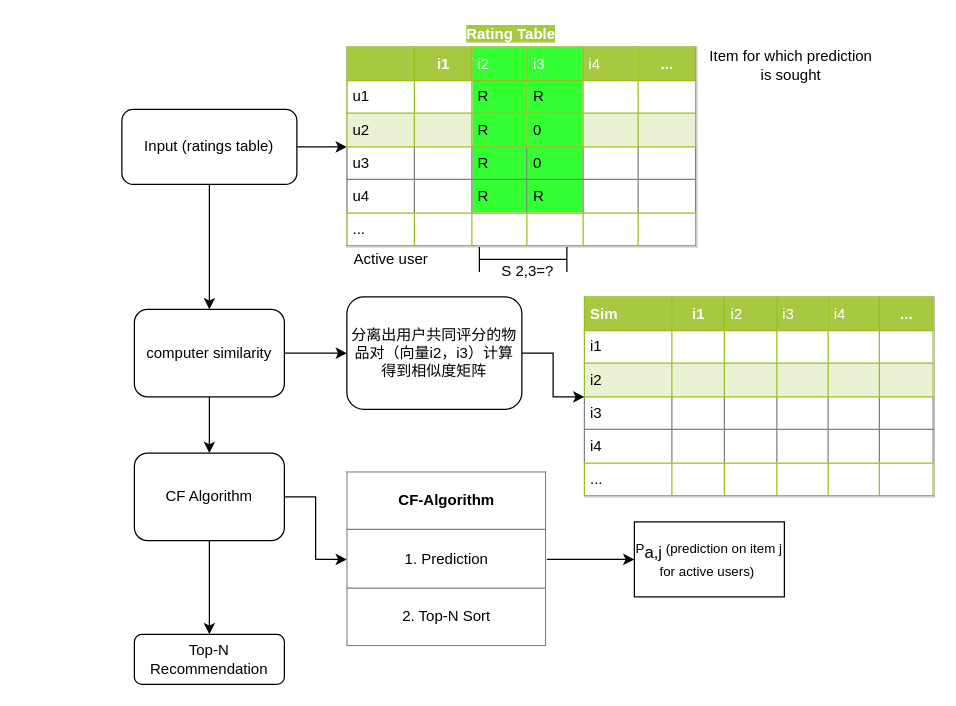
iamlivehaha/Artificial-Life keeps this draw.io diagram as page "Page-1" (1 of 2) of Item-based CF algorithm.drawio. Above is the earlier version. Source tidied: cells renumbered, new cells numbered last; positions are measured from the earlier drawing's top-left corner, leaving out a move shared by most shapes. Both pictures are drawn from the tidied source at 125%, with x=0, y=0 at pixel (121, 21).
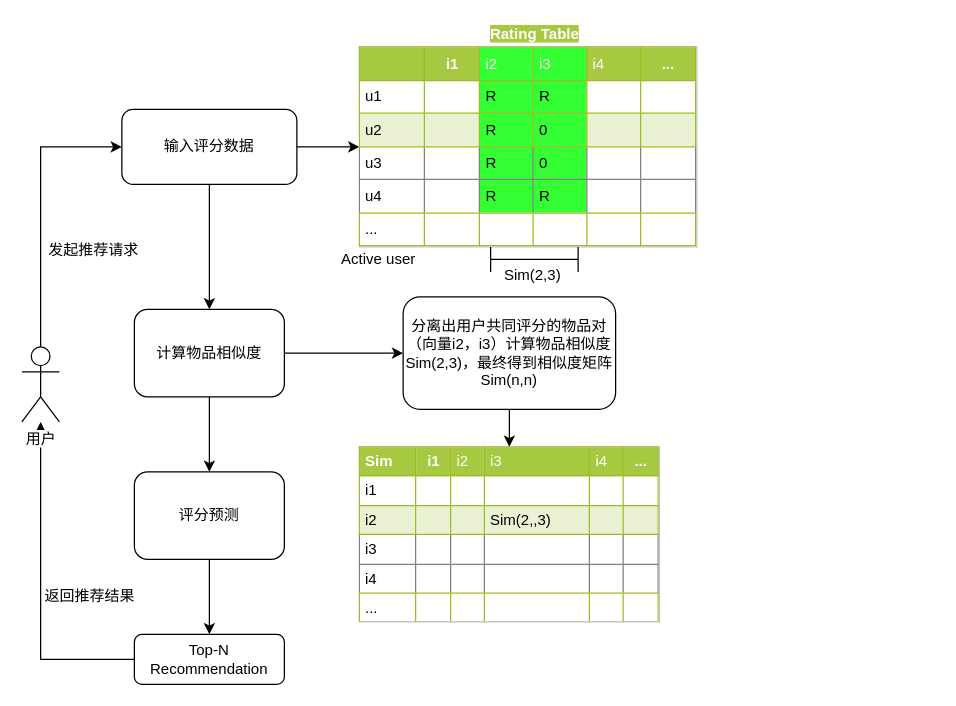
Above is the later version.

Unchanged cells that the change refers to:
```xml
<mxCell id="5" value="Top-N Recommendation" style="rounded=1;whiteSpace=wrap;html=1;fontSize=12;glass=0;strokeWidth=1;shadow=0;" parent="1" vertex="1">
  <mxGeometry x="10" y="490" width="120" height="40" as="geometry" />
</mxCell>
```

Change to the diagram source:
```diff
@@
-    <mxCell id="4" value="Input (ratings table)" style="rounded=1;whiteSpace=wrap;html=1;fontSize=12;glass=0;strokeWidth=1;shadow=0;" parent="1" vertex="1">
+    <mxCell id="4" value="输入评分数据" style="rounded=1;whiteSpace=wrap;html=1;fontSize=12;glass=0;strokeWidth=1;shadow=0;" parent="1" vertex="1">
       <mxGeometry y="70" width="140" height="60" as="geometry" />
     </mxCell>
+    <mxCell id="24" style="edgeStyle=orthogonalEdgeStyle;rounded=0;jettySize=auto;html=1;" parent="1" edge="1" source="5" target="26">
+      <mxGeometry relative="1" as="geometry" />
+    </mxCell>
@@
-    <mxCell id="6" value="&lt;table border=&quot;1&quot; width=&quot;100%&quot; cellpadding=&quot;4&quot; style=&quot;width: 100% ; height: 100% ; border-collapse: collapse&quot;&gt;&lt;tbody&gt;&lt;tr style=&quot;background-color: #a7c942 ; color: #ffffff ; border: 1px solid #98bf21&quot;&gt;&lt;th align=&quot;left&quot;&gt;Sim&lt;/th&gt;&lt;th style=&quot;text-align: center&quot;&gt;i1&lt;/th&gt;&lt;td&gt;i2&lt;/td&gt;&lt;td&gt;i3&lt;/td&gt;&lt;td&gt;i4&lt;/td&gt;&lt;th style=&quot;text-align: center&quot;&gt;...&lt;/th&gt;&lt;/tr&gt;&lt;tr style=&quot;border: 1px solid #98bf21&quot;&gt;&lt;td&gt;i1&lt;/td&gt;&lt;td&gt;&lt;/td&gt;&lt;td&gt;&lt;br&gt;&lt;/td&gt;&lt;td&gt;&lt;br&gt;&lt;/td&gt;&lt;td&gt;&lt;/td&gt;&lt;td&gt;&lt;/td&gt;&lt;/tr&gt;&lt;tr style=&quot;background-color: #eaf2d3 ; border: 1px solid #98bf21&quot;&gt;&lt;td&gt;i2&lt;/td&gt;&lt;td&gt;&lt;br&gt;&lt;/td&gt;&lt;td&gt;&lt;br&gt;&lt;/td&gt;&lt;td&gt;&lt;br&gt;&lt;/td&gt;&lt;td&gt;&lt;br&gt;&lt;/td&gt;&lt;td&gt;&lt;/td&gt;&lt;/tr&gt;&lt;tr&gt;&lt;td&gt;i3&lt;/td&gt;&lt;td&gt;&lt;br&gt;&lt;/td&gt;&lt;td&gt;&lt;br&gt;&lt;/td&gt;&lt;td&gt;&lt;br&gt;&lt;/td&gt;&lt;td&gt;&lt;br&gt;&lt;/td&gt;&lt;td&gt;&lt;br&gt;&lt;/td&gt;&lt;/tr&gt;&lt;tr&gt;&lt;td&gt;i4&lt;/td&gt;&lt;td&gt;&lt;br&gt;&lt;/td&gt;&lt;td&gt;&lt;br&gt;&lt;/td&gt;&lt;td&gt;&lt;br&gt;&lt;/td&gt;&lt;td&gt;&lt;br&gt;&lt;/td&gt;&lt;td&gt;&lt;br&gt;&lt;/td&gt;&lt;/tr&gt;&lt;tr style=&quot;border: 1px solid #98bf21&quot;&gt;&lt;td&gt;...&lt;/td&gt;&lt;td&gt;&lt;br&gt;&lt;/td&gt;&lt;td&gt;&lt;br&gt;&lt;/td&gt;&lt;td&gt;&lt;br&gt;&lt;/td&gt;&lt;td&gt;&lt;br&gt;&lt;/td&gt;&lt;td&gt;&lt;/td&gt;&lt;/tr&gt;&lt;/tbody&gt;&lt;/table&gt;" style="text;html=1;strokeColor=#c0c0c0;fillColor=#ffffff;overflow=fill;rounded=0;" parent="1" vertex="1">
-      <mxGeometry x="370" y="220" width="280" height="160" as="geometry" />
+    <mxCell id="6" value="&lt;table border=&quot;1&quot; width=&quot;100%&quot; cellpadding=&quot;4&quot; style=&quot;width: 100% ; height: 100% ; border-collapse: collapse&quot;&gt;&lt;tbody&gt;&lt;tr style=&quot;background-color: #a7c942 ; color: #ffffff ; border: 1px solid #98bf21&quot;&gt;&lt;th align=&quot;left&quot;&gt;Sim&lt;/th&gt;&lt;th style=&quot;text-align: center&quot;&gt;i1&lt;/th&gt;&lt;td&gt;i2&lt;/td&gt;&lt;td&gt;i3&lt;/td&gt;&lt;td&gt;i4&lt;/td&gt;&lt;th style=&quot;text-align: center&quot;&gt;...&lt;/th&gt;&lt;/tr&gt;&lt;tr style=&quot;border: 1px solid #98bf21&quot;&gt;&lt;td&gt;i1&lt;/td&gt;&lt;td&gt;&lt;/td&gt;&lt;td&gt;&lt;br&gt;&lt;/td&gt;&lt;td&gt;&lt;br&gt;&lt;/td&gt;&lt;td&gt;&lt;/td&gt;&lt;td&gt;&lt;/td&gt;&lt;/tr&gt;&lt;tr style=&quot;background-color: #eaf2d3 ; border: 1px solid #98bf21&quot;&gt;&lt;td&gt;i2&lt;/td&gt;&lt;td&gt;&lt;br&gt;&lt;/td&gt;&lt;td&gt;&lt;br&gt;&lt;/td&gt;&lt;td&gt;Sim(2,,3)&lt;/td&gt;&lt;td&gt;&lt;br&gt;&lt;/td&gt;&lt;td&gt;&lt;/td&gt;&lt;/tr&gt;&lt;tr&gt;&lt;td&gt;i3&lt;/td&gt;&lt;td&gt;&lt;br&gt;&lt;/td&gt;&lt;td&gt;&lt;br&gt;&lt;/td&gt;&lt;td&gt;&lt;br&gt;&lt;/td&gt;&lt;td&gt;&lt;br&gt;&lt;/td&gt;&lt;td&gt;&lt;br&gt;&lt;/td&gt;&lt;/tr&gt;&lt;tr&gt;&lt;td&gt;i4&lt;/td&gt;&lt;td&gt;&lt;br&gt;&lt;/td&gt;&lt;td&gt;&lt;br&gt;&lt;/td&gt;&lt;td&gt;&lt;br&gt;&lt;/td&gt;&lt;td&gt;&lt;br&gt;&lt;/td&gt;&lt;td&gt;&lt;br&gt;&lt;/td&gt;&lt;/tr&gt;&lt;tr style=&quot;border: 1px solid #98bf21&quot;&gt;&lt;td&gt;...&lt;/td&gt;&lt;td&gt;&lt;br&gt;&lt;/td&gt;&lt;td&gt;&lt;br&gt;&lt;/td&gt;&lt;td&gt;&lt;br&gt;&lt;/td&gt;&lt;td&gt;&lt;br&gt;&lt;/td&gt;&lt;td&gt;&lt;/td&gt;&lt;/tr&gt;&lt;/tbody&gt;&lt;/table&gt;" style="text;html=1;strokeColor=#c0c0c0;fillColor=#ffffff;overflow=fill;rounded=0;" parent="1" vertex="1">
+      <mxGeometry x="190" y="340" width="240" height="140" as="geometry" />
     </mxCell>
     <mxCell id="7" value="&lt;span style=&quot;color: rgb(255 , 255 , 255) ; font-weight: 700 ; text-align: -webkit-left ; background-color: rgb(167 , 201 , 66)&quot;&gt;Rating Table&lt;/span&gt;" style="text;html=1;align=center;verticalAlign=middle;" parent="1" vertex="1">
-      <mxGeometry x="266" width="90" height="20" as="geometry" />
+      <mxGeometry x="285" width="90" height="20" as="geometry" />
     </mxCell>
-    <mxCell id="8" style="edgeStyle=orthogonalEdgeStyle;rounded=0;jettySize=auto;html=1;" parent="1" edge="1" source="10" target="12">
-      <mxGeometry relative="1" as="geometry" />
-    </mxCell>
@@
-    <mxCell id="10" value="CF Algorithm" style="rounded=1;whiteSpace=wrap;html=1;fontSize=12;glass=0;strokeWidth=1;shadow=0;" parent="1" vertex="1">
-      <mxGeometry x="10" y="345" width="120" height="70" as="geometry" />
+    <mxCell id="10" value="&lt;span&gt;评分预测&lt;/span&gt;" style="rounded=1;whiteSpace=wrap;html=1;fontSize=12;glass=0;strokeWidth=1;shadow=0;" parent="1" vertex="1">
+      <mxGeometry x="10" y="360" width="120" height="70" as="geometry" />
     </mxCell>
-    <mxCell id="11" style="edgeStyle=orthogonalEdgeStyle;rounded=0;jettySize=auto;html=1;" parent="1" edge="1" source="12" target="23">
-      <mxGeometry relative="1" as="geometry" />
-    </mxCell>
-    <mxCell id="12" value="&lt;table border=&quot;1&quot; width=&quot;100%&quot; cellpadding=&quot;4&quot; style=&quot;width: 100% ; height: 100% ; border-collapse: collapse&quot;&gt;&lt;tbody&gt;&lt;tr&gt;&lt;th align=&quot;center&quot;&gt;CF-Algorithm&lt;br&gt;&lt;/th&gt;&lt;/tr&gt;&lt;tr&gt;&lt;td align=&quot;center&quot;&gt;1. Prediction&lt;br&gt;&lt;/td&gt;&lt;/tr&gt;&lt;tr&gt;&lt;td align=&quot;center&quot;&gt;2. Top-N Sort&lt;br&gt;&lt;/td&gt;&lt;/tr&gt;&lt;/tbody&gt;&lt;/table&gt;" style="text;html=1;strokeColor=none;fillColor=none;overflow=fill;" parent="1" vertex="1">
-      <mxGeometry x="180" y="360" width="160" height="140" as="geometry" />
-    </mxCell>
@@
-    <mxCell id="15" value="computer similarity" style="rounded=1;whiteSpace=wrap;html=1;fontSize=12;glass=0;strokeWidth=1;shadow=0;" parent="1" vertex="1">
+    <mxCell id="15" value="计算物品相似度" style="rounded=1;whiteSpace=wrap;html=1;fontSize=12;glass=0;strokeWidth=1;shadow=0;" parent="1" vertex="1">
       <mxGeometry x="10" y="230" width="120" height="70" as="geometry" />
     </mxCell>
@@
-    <mxCell id="17" value="分离出用户共同评分的物品对（向量i2，i3）计算得到相似度矩阵" style="rounded=1;whiteSpace=wrap;html=1;fontSize=12;glass=0;strokeWidth=1;shadow=0;" parent="1" vertex="1">
-      <mxGeometry x="180" y="220" width="140" height="90" as="geometry" />
+    <mxCell id="17" value="分离出用户共同评分的物品对（向量i2，i3）计算物品相似度Sim(2,3)，最终得到相似度矩阵Sim(n,n)" style="rounded=1;whiteSpace=wrap;html=1;fontSize=12;glass=0;strokeWidth=1;shadow=0;" parent="1" vertex="1">
+      <mxGeometry x="225" y="220" width="170" height="90" as="geometry" />
     </mxCell>
     <mxCell id="18" value="&lt;table border=&quot;1&quot; width=&quot;100%&quot; cellpadding=&quot;4&quot; style=&quot;width: 100% ; height: 100% ; border-collapse: collapse&quot;&gt;&lt;tbody&gt;&lt;tr style=&quot;background-color: #a7c942 ; color: #ffffff ; border: 1px solid #98bf21&quot;&gt;&lt;th align=&quot;left&quot;&gt;&lt;br&gt;&lt;/th&gt;&lt;th style=&quot;text-align: center&quot;&gt;i1&lt;/th&gt;&lt;td style=&quot;background-color: rgb(51 , 255 , 51)&quot;&gt;i2&lt;/td&gt;&lt;td style=&quot;background-color: rgb(51 , 255 , 51)&quot;&gt;i3&lt;/td&gt;&lt;td&gt;i4&lt;/td&gt;&lt;th style=&quot;text-align: center&quot;&gt;...&lt;/th&gt;&lt;/tr&gt;&lt;tr style=&quot;border: 1px solid #98bf21&quot;&gt;&lt;td&gt;u1&lt;/td&gt;&lt;td&gt;&lt;/td&gt;&lt;td style=&quot;background-color: rgb(51 , 255 , 51)&quot;&gt;R&lt;/td&gt;&lt;td style=&quot;background-color: rgb(51 , 255 , 51)&quot;&gt;R&lt;/td&gt;&lt;td&gt;&lt;/td&gt;&lt;td&gt;&lt;/td&gt;&lt;/tr&gt;&lt;tr style=&quot;background-color: #eaf2d3 ; border: 1px solid #98bf21&quot;&gt;&lt;td&gt;u2&lt;/td&gt;&lt;td&gt;&lt;br&gt;&lt;/td&gt;&lt;td style=&quot;background-color: rgb(51 , 255 , 51)&quot;&gt;R&lt;/td&gt;&lt;td style=&quot;background-color: rgb(51 , 255 , 51)&quot;&gt;0&lt;/td&gt;&lt;td&gt;&lt;br&gt;&lt;/td&gt;&lt;td&gt;&lt;/td&gt;&lt;/tr&gt;&lt;tr&gt;&lt;td&gt;u3&lt;/td&gt;&lt;td&gt;&lt;br&gt;&lt;/td&gt;&lt;td style=&quot;background-color: rgb(51 , 255 , 51)&quot;&gt;R&lt;/td&gt;&lt;td style=&quot;background-color: rgb(51 , 255 , 51)&quot;&gt;0&lt;/td&gt;&lt;td&gt;&lt;br&gt;&lt;/td&gt;&lt;td&gt;&lt;br&gt;&lt;/td&gt;&lt;/tr&gt;&lt;tr&gt;&lt;td&gt;u4&lt;/td&gt;&lt;td&gt;&lt;br&gt;&lt;/td&gt;&lt;td style=&quot;background-color: rgb(51 , 255 , 51)&quot;&gt;R&lt;/td&gt;&lt;td style=&quot;background-color: rgb(51 , 255 , 51)&quot;&gt;R&lt;/td&gt;&lt;td&gt;&lt;br&gt;&lt;/td&gt;&lt;td&gt;&lt;br&gt;&lt;/td&gt;&lt;/tr&gt;&lt;tr style=&quot;border: 1px solid #98bf21&quot;&gt;&lt;td&gt;...&lt;/td&gt;&lt;td&gt;&lt;br&gt;&lt;/td&gt;&lt;td&gt;&lt;br&gt;&lt;/td&gt;&lt;td&gt;&lt;br&gt;&lt;/td&gt;&lt;td&gt;&lt;br&gt;&lt;/td&gt;&lt;td&gt;&lt;/td&gt;&lt;/tr&gt;&lt;/tbody&gt;&lt;/table&gt;" style="text;html=1;strokeColor=#c0c0c0;fillColor=#ffffff;overflow=fill;rounded=0;" parent="1" vertex="1">
-      <mxGeometry x="180" y="20" width="280" height="160" as="geometry" />
+      <mxGeometry x="190" y="20" width="270" height="160" as="geometry" />
     </mxCell>
     <mxCell id="19" value="Active user" style="text;html=1;align=center;verticalAlign=middle;" parent="1" vertex="1">
-      <mxGeometry x="180" y="180" width="70" height="20" as="geometry" />
+      <mxGeometry x="170" y="180" width="70" height="20" as="geometry" />
     </mxCell>
-    <mxCell id="20" value="&lt;div&gt;Item for which prediction&lt;/div&gt;&lt;div&gt;is sought&lt;/div&gt;" style="text;html=1;align=center;verticalAlign=middle;" parent="1" vertex="1">
-      <mxGeometry x="460" y="20" width="150" height="30" as="geometry" />
-    </mxCell>
     <mxCell id="21" style="shape=crossbar;whiteSpace=wrap;html=1;rounded=1;" parent="1" vertex="1">
-      <mxGeometry x="286" y="180" width="70" height="20" as="geometry" />
+      <mxGeometry x="295" y="180" width="70" height="20" as="geometry" />
     </mxCell>
-    <mxCell id="22" value="S 2,3=?&amp;nbsp;" style="text;html=1;align=center;verticalAlign=middle;" parent="1" vertex="1">
-      <mxGeometry x="296" y="190" width="60" height="20" as="geometry" />
+    <mxCell id="22" value="Sim(2,3)&amp;nbsp;" style="text;html=1;align=center;verticalAlign=middle;" parent="1" vertex="1">
+      <mxGeometry x="300" y="193" width="60" height="20" as="geometry" />
     </mxCell>
-    <mxCell id="23" value="&lt;span lang=&quot;EN-US&quot; style=&quot;font-size: 8.0pt ; font-family: &amp;#34;helvetica&amp;#34; , sans-serif&quot;&gt;P&lt;/span&gt;&lt;sub&gt;&lt;span lang=&quot;EN-US&quot; style=&quot;font-size: 10.0pt ; font-family: &amp;#34;helvetica&amp;#34; , sans-serif&quot;&gt;a,j&lt;/span&gt;&lt;/sub&gt;&lt;span lang=&quot;EN-US&quot; style=&quot;font-size: 8.0pt ; font-family: &amp;#34;helvetica&amp;#34; , sans-serif&quot;&gt; (prediction on item j for active users)&amp;nbsp;&lt;/span&gt;" style="rounded=0;whiteSpace=wrap;html=1;" parent="1" vertex="1">
-      <mxGeometry x="410" y="400" width="120" height="60" as="geometry" />
-    </mxCell>
+    <mxCell id="25" style="edgeStyle=orthogonalEdgeStyle;rounded=0;jettySize=auto;html=1;entryX=0;entryY=0.5;entryDx=0;entryDy=0;" parent="1" edge="1" source="26" target="4">
+      <mxGeometry relative="1" as="geometry">
+        <Array as="points">
+          <mxPoint x="-65" y="100" />
+        </Array>
+      </mxGeometry>
+    </mxCell>
+    <mxCell id="26" value="用户" style="shape=umlActor;verticalLabelPosition=bottom;labelBackgroundColor=#ffffff;verticalAlign=top;html=1;" parent="1" vertex="1">
+      <mxGeometry x="-80" y="260" width="30" height="60" as="geometry" />
+    </mxCell>
+    <mxCell id="27" value="发起推荐请求" style="text;html=1;align=center;verticalAlign=middle;" parent="1" vertex="1">
+      <mxGeometry x="-68" y="173" width="90" height="20" as="geometry" />
+    </mxCell>
+    <mxCell id="28" value="返回推荐结果" style="text;html=1;align=center;verticalAlign=middle;" parent="1" vertex="1">
+      <mxGeometry x="-71" y="450" width="90" height="20" as="geometry" />
+    </mxCell>
```
